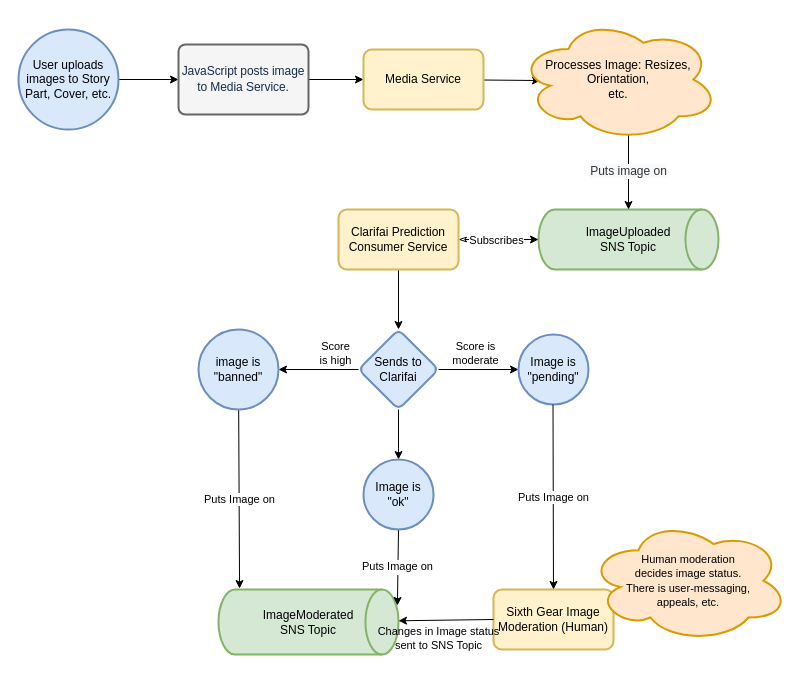
Earlier version of the draw.io diagram PartImageUploadFlow.drawio (ronanwp/ConfluenceDiagrams). Source tidied: cells renumbered, new cells numbered last; positions are measured from the earlier drawing's top-left corner, leaving out a move shared by most shapes. Both pictures are drawn from the tidied source at 100%, with x=0, y=0 at pixel (18, 18).
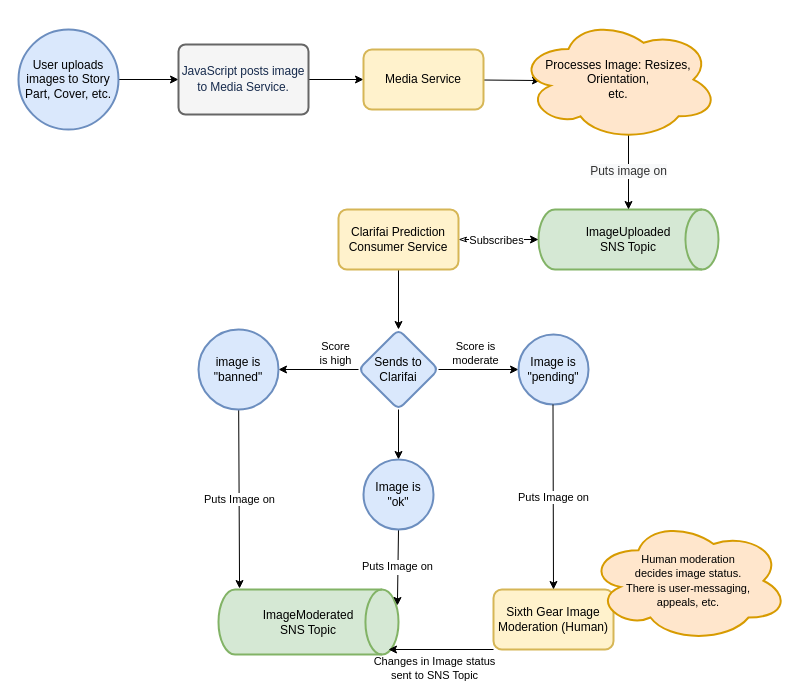
Above is the later version.

Unchanged cells that the change refers to:
```xml
<mxCell id="23" value="&lt;div style=&quot;text-align: center&quot;&gt;ImageModerated&lt;/div&gt;&lt;div style=&quot;text-align: center&quot;&gt;SNS Topic&lt;/div&gt;" style="strokeWidth=2;html=1;shape=mxgraph.flowchart.direct_data;whiteSpace=wrap;fillColor=#d5e8d4;strokeColor=#82b366;" parent="1" vertex="1">
  <mxGeometry x="200" y="571" width="180" height="65" as="geometry" />
</mxCell>
<mxCell id="26" value="Sixth Gear Image Moderation (Human)" style="whiteSpace=wrap;html=1;rounded=1;strokeColor=#d6b656;strokeWidth=2;fillColor=#fff2cc;arcSize=14;" parent="1" vertex="1">
  <mxGeometry x="475" y="571" width="120" height="60" as="geometry" />
</mxCell>
```

What changed in the source:
```diff
@@
+    <mxCell id="32" style="edgeStyle=orthogonalEdgeStyle;rounded=0;jettySize=auto;html=1;exitX=0;exitY=1;exitDx=0;exitDy=0;" parent="1" edge="1" source="26">
+      <mxGeometry relative="1" as="geometry">
+        <mxPoint x="475" y="631" as="targetPoint" />
+      </mxGeometry>
+    </mxCell>
@@
-    <mxCell id="29" style="endArrow=none;html=1;rounded=0;strokeColor=default;startArrow=classic;startFill=1;endFill=0;entryX=0;entryY=0.5;entryDx=0;entryDy=0;" parent="1" edge="1" source="23" target="26">
-      <mxGeometry relative="1" as="geometry" />
+    <mxCell id="29" style="endArrow=none;html=1;rounded=0;strokeColor=default;startArrow=classic;startFill=1;endFill=0;entryX=0;entryY=1;entryDx=0;entryDy=0;" parent="1" edge="1" target="26">
+      <mxGeometry relative="1" as="geometry">
+        <mxPoint x="370" y="631" as="sourcePoint" />
+      </mxGeometry>
     </mxCell>
```
